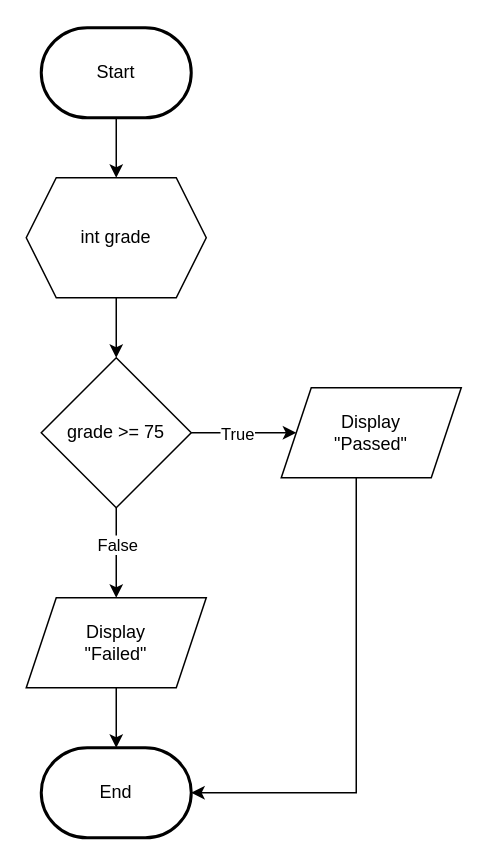
The draw.io diagram page "If Else" (2 of 6) of Flowchart_PendaModul2.drawio in elikawicaksana/BuildIT_BasisData, before the edit. Source tidied: cells renumbered, new cells numbered last; positions are measured from the earlier drawing's top-left corner, leaving out a move shared by most shapes. Both pictures are drawn from the tidied source at 150%, with x=0, y=0 at pixel (26, 27).
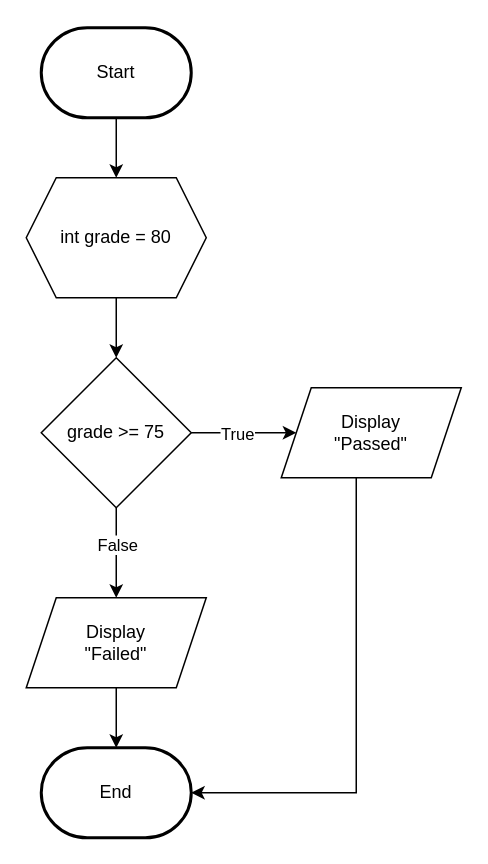
The same page after the edit.

The edit, as a diff of the source:
```diff
@@
 <mxGraphModel>
   <root>
     <mxCell id="0" />
     <mxCell id="1" parent="0" />
     <mxCell id="2" style="edgeStyle=orthogonalEdgeStyle;rounded=0;jettySize=auto;html=1;entryX=0.5;entryY=0;entryDx=0;entryDy=0;" parent="1" edge="1" source="3" target="6">
       <mxGeometry relative="1" as="geometry" />
     </mxCell>
     <mxCell id="3" value="Start" style="strokeWidth=2;html=1;shape=mxgraph.flowchart.terminator;whiteSpace=wrap;" parent="1" vertex="1">
       <mxGeometry x="10" width="100" height="60" as="geometry" />
     </mxCell>
     <mxCell id="4" value="End" style="strokeWidth=2;html=1;shape=mxgraph.flowchart.terminator;whiteSpace=wrap;" parent="1" vertex="1">
       <mxGeometry x="10" y="480" width="100" height="60" as="geometry" />
     </mxCell>
     <mxCell id="5" style="edgeStyle=orthogonalEdgeStyle;rounded=0;jettySize=auto;html=1;entryX=0.5;entryY=0;entryDx=0;entryDy=0;" parent="1" edge="1" source="6" target="9">
       <mxGeometry relative="1" as="geometry" />
     </mxCell>
-    <mxCell id="6" value="int grade" style="shape=hexagon;perimeter=hexagonPerimeter2;whiteSpace=wrap;html=1;fixedSize=1;" parent="1" vertex="1">
+    <mxCell id="6" value="int grade = 80" style="shape=hexagon;perimeter=hexagonPerimeter2;whiteSpace=wrap;html=1;fixedSize=1;" parent="1" vertex="1">
       <mxGeometry y="100" width="120" height="80" as="geometry" />
     </mxCell>
     <mxCell id="7" style="edgeStyle=orthogonalEdgeStyle;rounded=0;jettySize=auto;html=1;" parent="1" edge="1" source="9" target="12">
       <mxGeometry relative="1" as="geometry" />
     </mxCell>
     <mxCell id="8" value="True" style="edgeLabel;html=1;align=center;verticalAlign=middle;" parent="7" vertex="1">
       <mxGeometry x="-0.14" relative="1" as="geometry" />
     </mxCell>
     <mxCell id="9" value="grade &amp;gt;= 75" style="rhombus;whiteSpace=wrap;html=1;" parent="1" vertex="1">
       <mxGeometry x="10" y="220" width="100" height="100" as="geometry" />
     </mxCell>
     <mxCell id="10" style="edgeStyle=orthogonalEdgeStyle;rounded=0;jettySize=auto;html=1;entryX=0.5;entryY=0;entryDx=0;entryDy=0;" parent="1" edge="1" source="9" target="14">
       <mxGeometry relative="1" as="geometry" />
     </mxCell>
     <mxCell id="11" value="False" style="edgeLabel;html=1;align=center;verticalAlign=middle;" parent="10" vertex="1">
       <mxGeometry x="-0.21" relative="1" as="geometry" />
     </mxCell>
     <mxCell id="12" value="Display&lt;div&gt;&quot;Passed&quot;&lt;/div&gt;" style="shape=parallelogram;perimeter=parallelogramPerimeter;whiteSpace=wrap;html=1;fixedSize=1;" parent="1" vertex="1">
       <mxGeometry x="170" y="240" width="120" height="60" as="geometry" />
     </mxCell>
     <mxCell id="13" style="edgeStyle=orthogonalEdgeStyle;rounded=0;jettySize=auto;html=1;entryX=1;entryY=0.5;entryDx=0;entryDy=0;entryPerimeter=0;" parent="1" edge="1" source="12" target="4">
       <mxGeometry relative="1" as="geometry">
         <Array as="points">
           <mxPoint x="220" y="510" />
         </Array>
       </mxGeometry>
     </mxCell>
     <mxCell id="14" value="Display&lt;div&gt;&quot;Failed&quot;&lt;/div&gt;" style="shape=parallelogram;perimeter=parallelogramPerimeter;whiteSpace=wrap;html=1;fixedSize=1;" parent="1" vertex="1">
       <mxGeometry y="380" width="120" height="60" as="geometry" />
     </mxCell>
     <mxCell id="15" style="edgeStyle=orthogonalEdgeStyle;rounded=0;jettySize=auto;html=1;entryX=0.5;entryY=0;entryDx=0;entryDy=0;entryPerimeter=0;" parent="1" edge="1" source="14" target="4">
       <mxGeometry relative="1" as="geometry" />
     </mxCell>
   </root>
 </mxGraphModel>
```
